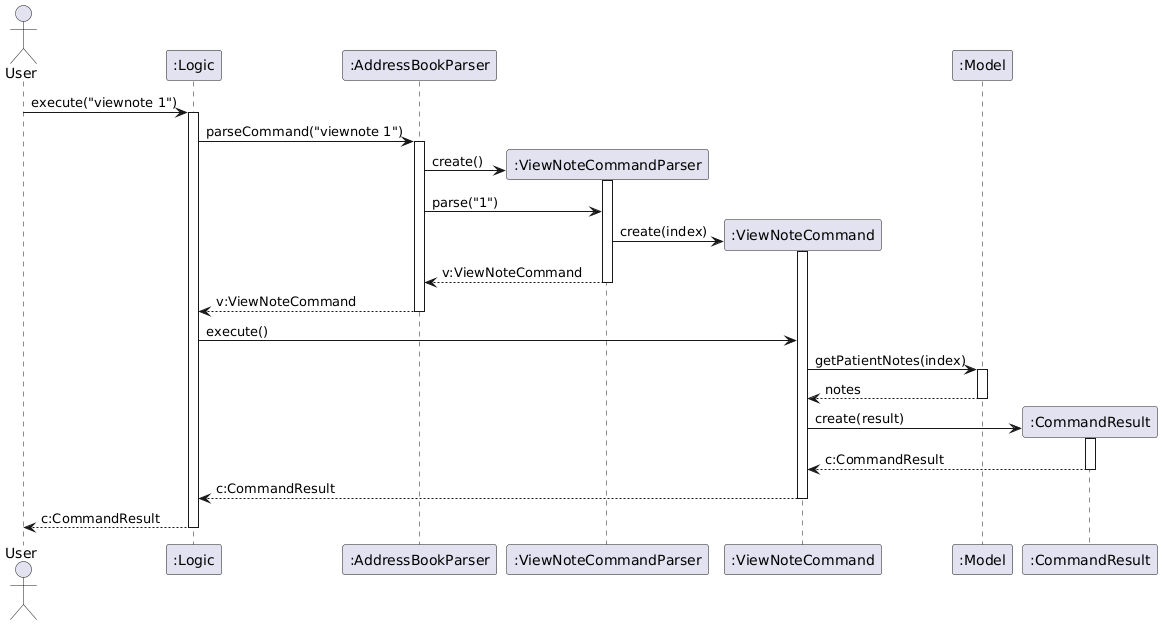
The PlantUML diagram docs/images/ViewNoteSequenceDiagram.png in danplatypus30/tp, before a commit.
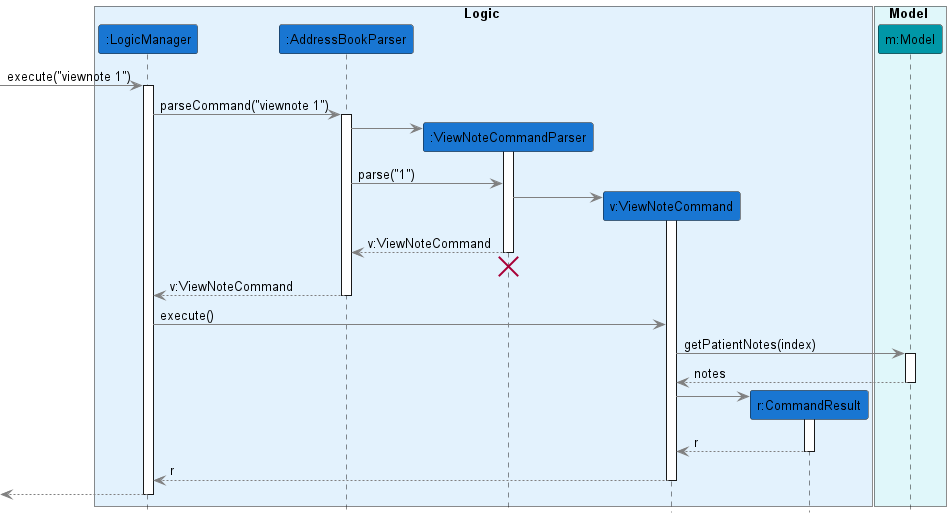
After the change.

Diff of the diagram source:
```diff
@@ -1,28 +1,39 @@
 @startuml
-actor User as user
-participant ":Logic" as logic
-participant ":AddressBookParser" as abp
-participant ":ViewNoteCommandParser" as vncp
-participant ":ViewNoteCommand" as vnc
-participant ":Model" as model
-participant ":CommandResult" as cr
+!include style.puml
+skinparam ArrowFontStyle plain
 
-user -> logic : execute("viewnote 1")
+box Logic LOGIC_COLOR_T1
+participant ":LogicManager" as logic LOGIC_COLOR
+participant ":AddressBookParser" as abp LOGIC_COLOR
+participant ":ViewNoteCommandParser" as vncp LOGIC_COLOR
+participant "v:ViewNoteCommand" as vnc LOGIC_COLOR
+participant "r:CommandResult" as cr LOGIC_COLOR
+end box
+
+box Model MODEL_COLOR_T1
+participant "m:Model" as model MODEL_COLOR
+end box
+
+[-> logic : execute("viewnote 1")
 activate logic
 
 logic -> abp : parseCommand("viewnote 1")
 activate abp
 
-abp -> vncp** : create()
+create vncp
+abp -> vncp
 activate vncp
 
 abp -> vncp : parse("1")
 
-vncp -> vnc** : create(index)
+create vnc
+vncp -> vnc
 activate vnc
 
 vncp --> abp : v:ViewNoteCommand
 deactivate vncp
+vncp -[hidden]-> abp
+destroy vncp
 
 abp --> logic : v:ViewNoteCommand
 deactivate abp
@@ -34,14 +45,16 @@
 model --> vnc : notes
 deactivate model
 
-vnc -> cr** : create(result)
+create cr
+vnc -> cr
 activate cr
-cr --> vnc : c:CommandResult
+cr --> vnc : r
 deactivate cr
 
-vnc --> logic : c:CommandResult
+vnc --> logic : r
 deactivate vnc
 
-logic --> user : c:CommandResult
+[<--logic
 deactivate logic
+
 @enduml
```
